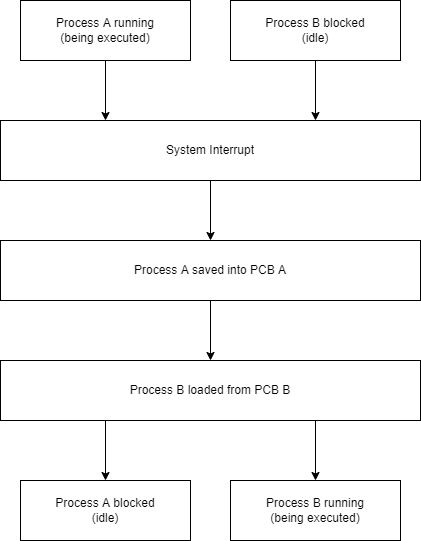
This is Assets/Context Switch.png from krystof-hruby/kv5002-assignment, a draw.io export, as it was before one commit. Source tidied: cells renumbered, new cells last; positions are measured from the earlier drawing's top-left corner, leaving out a move shared by most shapes.
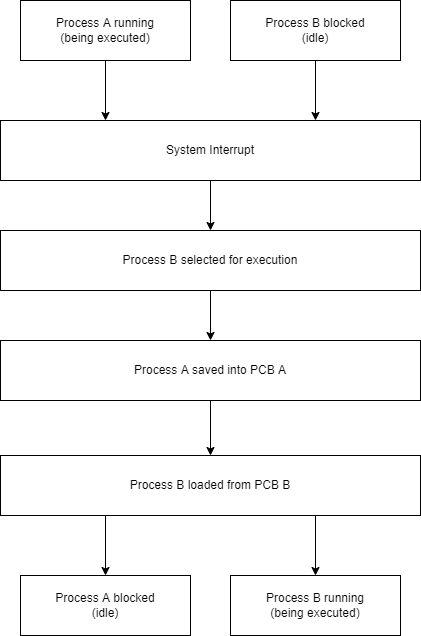
The same diagram one commit later.

Diff of the diagram source:
```diff
@@ -17,29 +17,35 @@
     <mxCell id="6" value="System Interrupt" style="rounded=0;whiteSpace=wrap;html=1;" parent="1" vertex="1">
       <mxGeometry y="120" width="420" height="60" as="geometry" />
     </mxCell>
-    <mxCell id="7" style="endArrow=classic;html=1;rounded=0;exitX=0.5;exitY=1;exitDx=0;exitDy=0;entryX=0.5;entryY=0;entryDx=0;entryDy=0;" parent="1" edge="1" source="6" target="8">
+    <mxCell id="7" style="endArrow=classic;html=1;rounded=0;exitX=0.5;exitY=1;exitDx=0;exitDy=0;entryX=0.5;entryY=0;entryDx=0;entryDy=0;" parent="1" edge="1" source="6" target="16">
       <mxGeometry relative="1" as="geometry" />
     </mxCell>
     <mxCell id="8" value="Process A saved into PCB A" style="rounded=0;whiteSpace=wrap;html=1;" parent="1" vertex="1">
-      <mxGeometry y="240" width="420" height="60" as="geometry" />
+      <mxGeometry y="340" width="420" height="60" as="geometry" />
     </mxCell>
     <mxCell id="9" style="endArrow=classic;html=1;rounded=0;exitX=0.5;exitY=1;exitDx=0;exitDy=0;entryX=0.5;entryY=0;entryDx=0;entryDy=0;" parent="1" edge="1" source="8" target="10">
       <mxGeometry relative="1" as="geometry" />
     </mxCell>
     <mxCell id="10" value="Process B loaded from PCB B" style="rounded=0;whiteSpace=wrap;html=1;" parent="1" vertex="1">
-      <mxGeometry y="360" width="420" height="60" as="geometry" />
+      <mxGeometry y="455" width="420" height="60" as="geometry" />
     </mxCell>
     <mxCell id="11" value="Process A blocked&lt;br&gt;(idle)" style="rounded=0;whiteSpace=wrap;html=1;" parent="1" vertex="1">
-      <mxGeometry x="20" y="480" width="170" height="60" as="geometry" />
+      <mxGeometry x="20" y="575" width="170" height="60" as="geometry" />
     </mxCell>
     <mxCell id="12" style="endArrow=classic;html=1;rounded=0;exitX=0.25;exitY=1;exitDx=0;exitDy=0;entryX=0.5;entryY=0;entryDx=0;entryDy=0;" parent="1" edge="1" source="10" target="11">
       <mxGeometry relative="1" as="geometry" />
     </mxCell>
     <mxCell id="13" value="Process B running&lt;br&gt;(being executed)" style="rounded=0;whiteSpace=wrap;html=1;" parent="1" vertex="1">
-      <mxGeometry x="230" y="480" width="170" height="60" as="geometry" />
+      <mxGeometry x="230" y="575" width="170" height="60" as="geometry" />
     </mxCell>
     <mxCell id="14" style="endArrow=classic;html=1;rounded=0;exitX=0.75;exitY=1;exitDx=0;exitDy=0;entryX=0.5;entryY=0;entryDx=0;entryDy=0;" parent="1" edge="1" source="10" target="13">
       <mxGeometry relative="1" as="geometry" />
     </mxCell>
+    <mxCell id="15" style="edgeStyle=orthogonalEdgeStyle;rounded=0;jettySize=auto;html=1;" parent="1" edge="1" source="16" target="8">
+      <mxGeometry relative="1" as="geometry" />
+    </mxCell>
+    <mxCell id="16" value="Process B selected for execution" style="rounded=0;whiteSpace=wrap;html=1;" parent="1" vertex="1">
+      <mxGeometry y="230" width="420" height="60" as="geometry" />
+    </mxCell>
   </root>
 </mxGraphModel>
```
